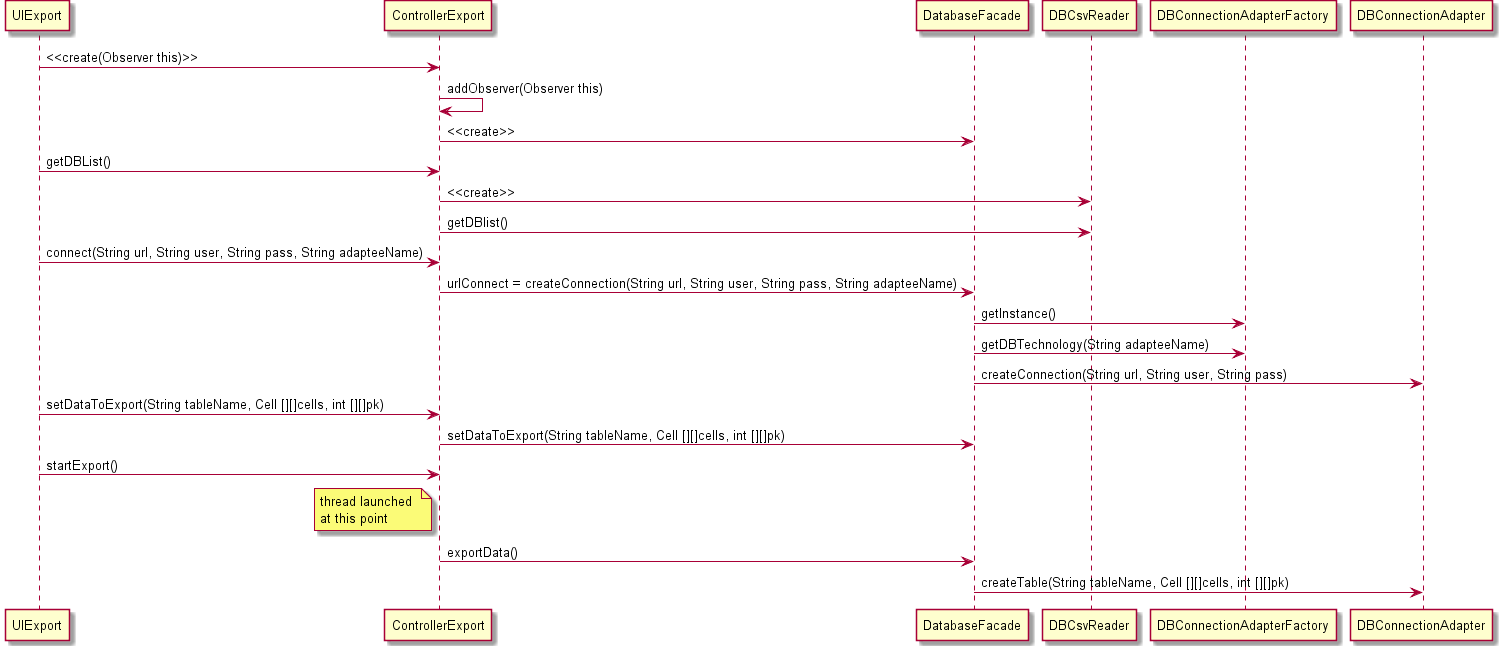
This is src/csheets/ext/database/docs/use_case_realization_DBexport.png from askpt/LAPR4, a PlantUML export, as it was before one commit.
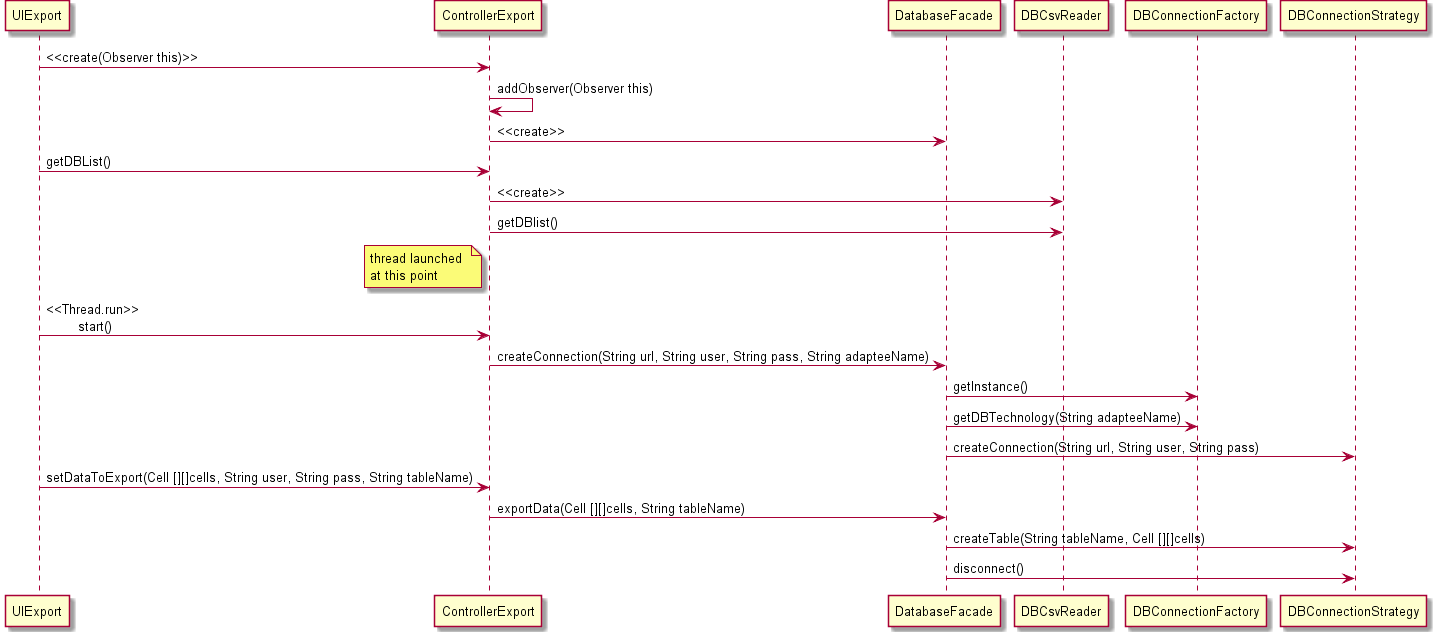
The same file after the commit.

Commit message:
1111168: small update on sd export to DB ref #5

Change to the diagram source:
```diff
@@ -5,18 +5,17 @@
 UIExport -> ControllerExport: getDBList()
 ControllerExport -> DBCsvReader: <<create>>
 ControllerExport -> DBCsvReader: getDBlist()
-UIExport -> ControllerExport: connect(String url, String user, String pass, String adapteeName)
-ControllerExport -> DatabaseFacade: urlConnect = createConnection(String url, String user, String pass, String adapteeName)
-DatabaseFacade -> DBConnectionAdapterFactory: getInstance()
-DatabaseFacade -> DBConnectionAdapterFactory: getDBTechnology(String adapteeName)
-DatabaseFacade -> DBConnectionAdapter: createConnection(String url, String user, String pass)
-UIExport -> ControllerExport: setDataToExport(String tableName, Cell [][]cells, int [][]pk)
-ControllerExport -> DatabaseFacade: setDataToExport(String tableName, Cell [][]cells, int [][]pk)
-UIExport -> ControllerExport: startExport()
-note left of ControllerExport
- thread launched
- at this point
-end note
-ControllerExport -> DatabaseFacade: exportData()
-DatabaseFacade -> DBConnectionAdapter: createTable(String tableName, Cell [][]cells, int [][]pk)
+ note left of ControllerExport
+  thread launched
+  at this point
+ end note
+UIExport -> ControllerExport: <<Thread.run>>\n\tstart()
+ControllerExport -> DatabaseFacade: createConnection(String url, String user, String pass, String adapteeName)
+DatabaseFacade -> DBConnectionFactory: getInstance()
+DatabaseFacade -> DBConnectionFactory: getDBTechnology(String adapteeName)
+DatabaseFacade -> DBConnectionStrategy: createConnection(String url, String user, String pass)
+UIExport -> ControllerExport: setDataToExport(Cell [][]cells, String user, String pass, String tableName)
+ControllerExport -> DatabaseFacade: exportData(Cell [][]cells, String tableName)
+DatabaseFacade -> DBConnectionStrategy: createTable(String tableName, Cell [][]cells)
+DatabaseFacade -> DBConnectionStrategy: disconnect()
 @enduml
```
